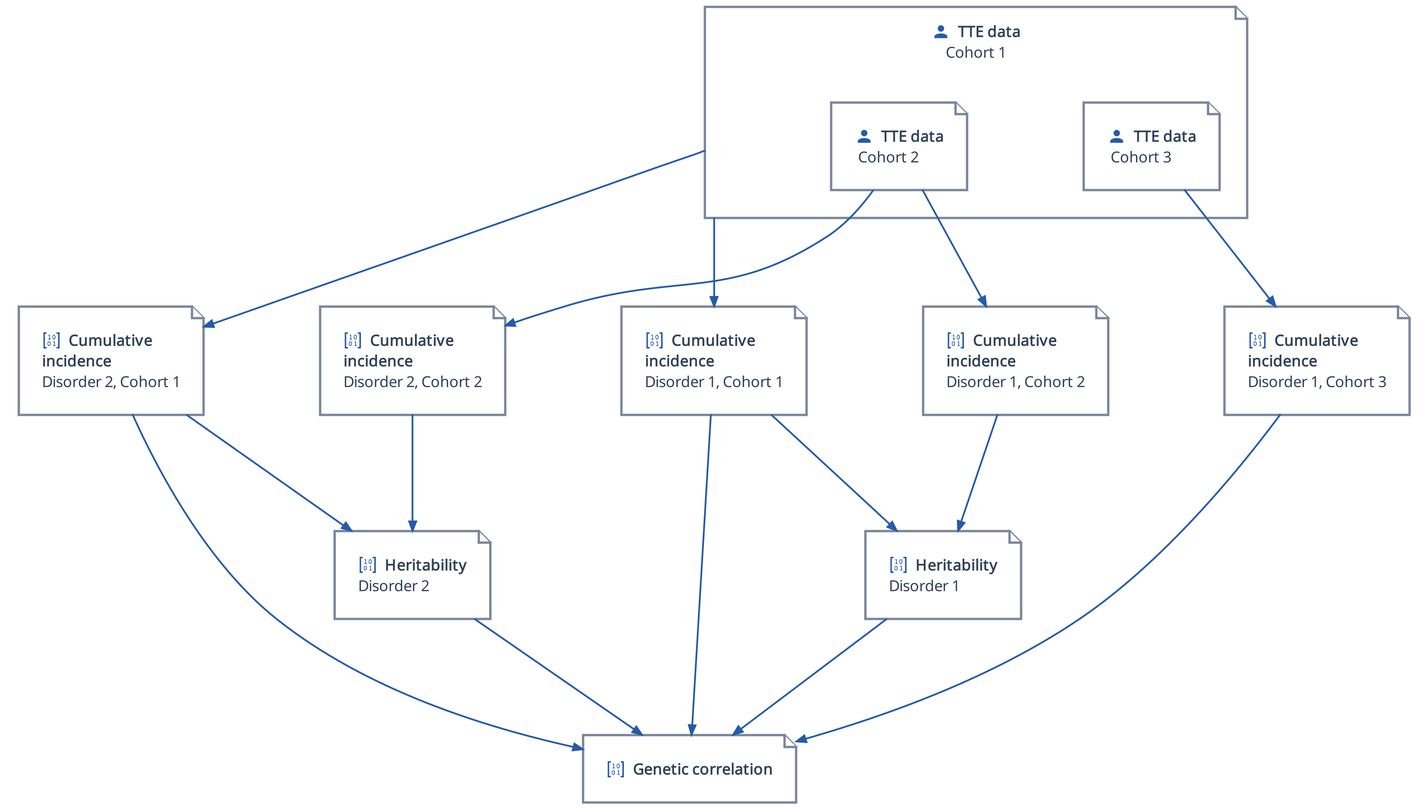
Earlier version of the PlantUML export guides/diagrams/gc-dag.png (BioPsyk/epimight).
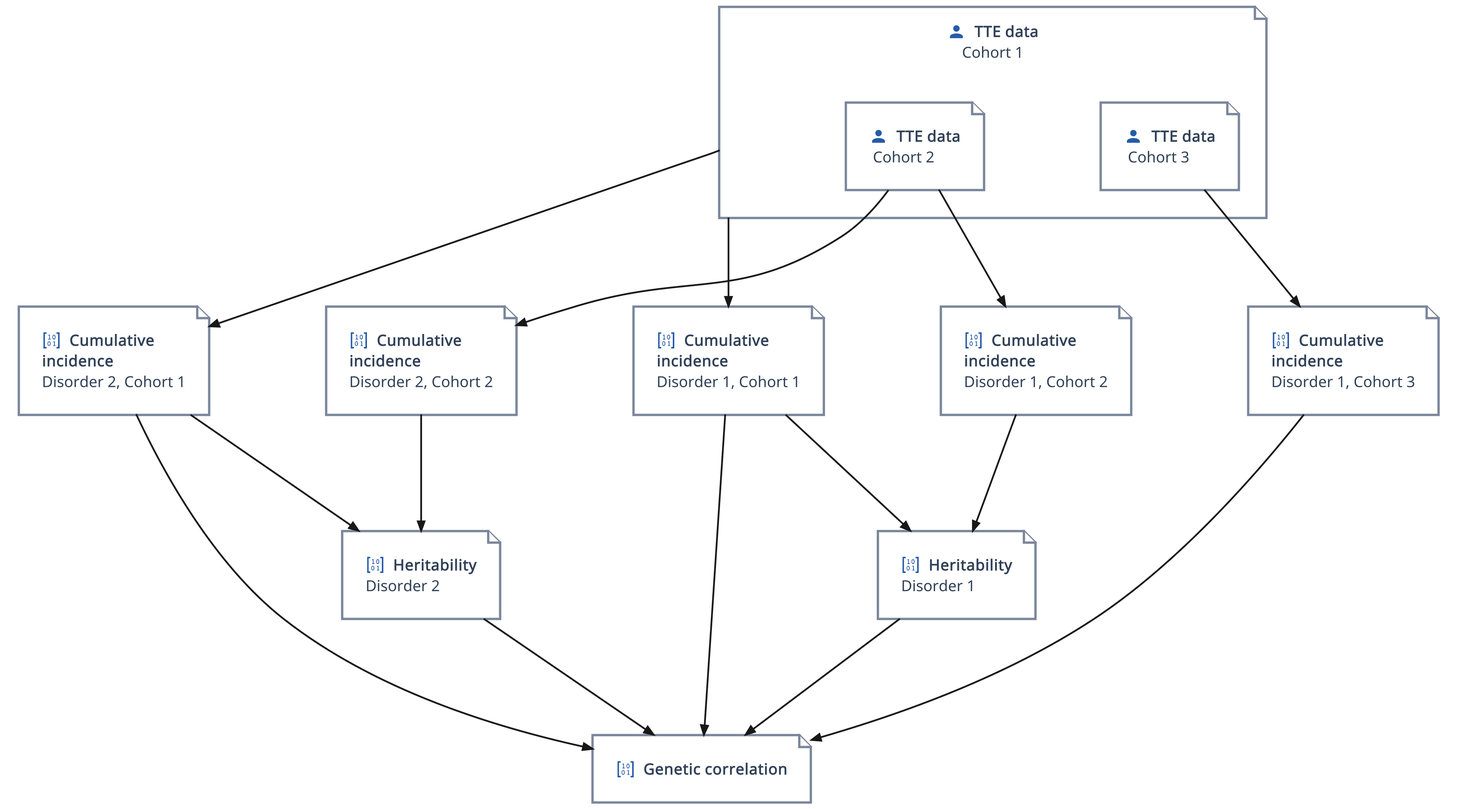
After the change.

Change to the diagram source:
```diff
@@ -14,30 +14,30 @@
   File(c3, "<color:#255ba7><$ma_account{scale=0.35}></color>  **TTE data**\n Cohort 3")
 }
 
-File(re_d1_c1, "<color:#255ba7><$ma_matrix{scale=0.35}></color>  **Cumulative**\n**incidence**\nDisorder 1, Cohort 1")
-File(re_d1_c2, "<color:#255ba7><$ma_matrix{scale=0.35}></color>  **Cumulative**\n**incidence**\nDisorder 1, Cohort 2")
-File(re_d1_c3, "<color:#255ba7><$ma_matrix{scale=0.35}></color>  **Cumulative**\n**incidence**\nDisorder 1, Cohort 3")
-File(re_d2_c1, "<color:#255ba7><$ma_matrix{scale=0.35}></color>  **Cumulative**\n**incidence**\nDisorder 2, Cohort 1")
-File(re_d2_c2, "<color:#255ba7><$ma_matrix{scale=0.35}></color>  **Cumulative**\n**incidence**\nDisorder 2, Cohort 2")
+File(cif_d1_c1, "<color:#255ba7><$ma_matrix{scale=0.35}></color>  **Cumulative**\n**incidence**\nDisorder 1, Cohort 1")
+File(cif_d1_c2, "<color:#255ba7><$ma_matrix{scale=0.35}></color>  **Cumulative**\n**incidence**\nDisorder 1, Cohort 2")
+File(cif_d1_c3, "<color:#255ba7><$ma_matrix{scale=0.35}></color>  **Cumulative**\n**incidence**\nDisorder 1, Cohort 3")
+File(cif_d2_c1, "<color:#255ba7><$ma_matrix{scale=0.35}></color>  **Cumulative**\n**incidence**\nDisorder 2, Cohort 1")
+File(cif_d2_c2, "<color:#255ba7><$ma_matrix{scale=0.35}></color>  **Cumulative**\n**incidence**\nDisorder 2, Cohort 2")
 File(h2_d1, "<color:#255ba7><$ma_matrix{scale=0.35}></color>  **Heritability**\nDisorder 1")
 File(h2_d2, "<color:#255ba7><$ma_matrix{scale=0.35}></color>  **Heritability**\nDisorder 2")
 File(gc_d1_d2, "<color:#255ba7><$ma_matrix{scale=0.35}></color>  **Genetic correlation**")
 
-c1 -->> re_d1_c1
-c1 -->> re_d2_c1
-c2 -->> re_d1_c2
-c2 -->> re_d2_c2
-c3 -->> re_d1_c3
+c1 -->> cif_d1_c1
+c1 -->> cif_d2_c1
+c2 -->> cif_d1_c2
+c2 -->> cif_d2_c2
+c3 -->> cif_d1_c3
 
-re_d1_c1 -->> h2_d1
-re_d1_c2 -->> h2_d1
+cif_d1_c1 -->> h2_d1
+cif_d1_c2 -->> h2_d1
 
-re_d2_c1 -->> h2_d2
-re_d2_c2 -->> h2_d2
+cif_d2_c1 -->> h2_d2
+cif_d2_c2 -->> h2_d2
 
-re_d1_c1 -->> gc_d1_d2
-re_d1_c3 -->> gc_d1_d2
-re_d2_c1 -->> gc_d1_d2
+cif_d1_c1 -->> gc_d1_d2
+cif_d1_c3 -->> gc_d1_d2
+cif_d2_c1 -->> gc_d1_d2
 h2_d1 -->> gc_d1_d2
 h2_d2 -->> gc_d1_d2
 @enduml
```
